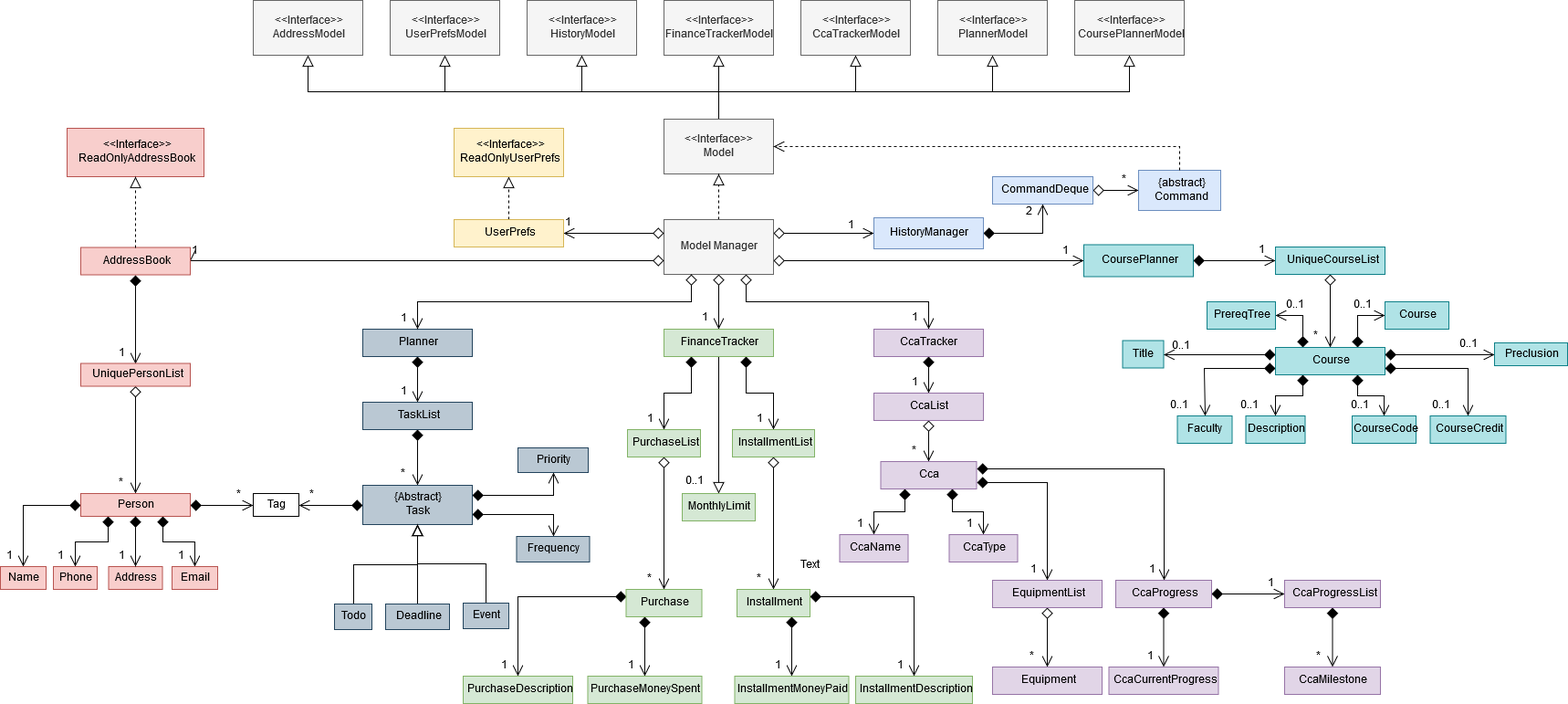
Before: docs/images/ModelDiagram.png, a diagram exported from draw.io (nus-cs2103-AY1920S1/addressbook-level3). Source tidied: cells renumbered, new cells last; positions are measured from the earlier drawing's top-left corner, leaving out a move shared by most shapes.
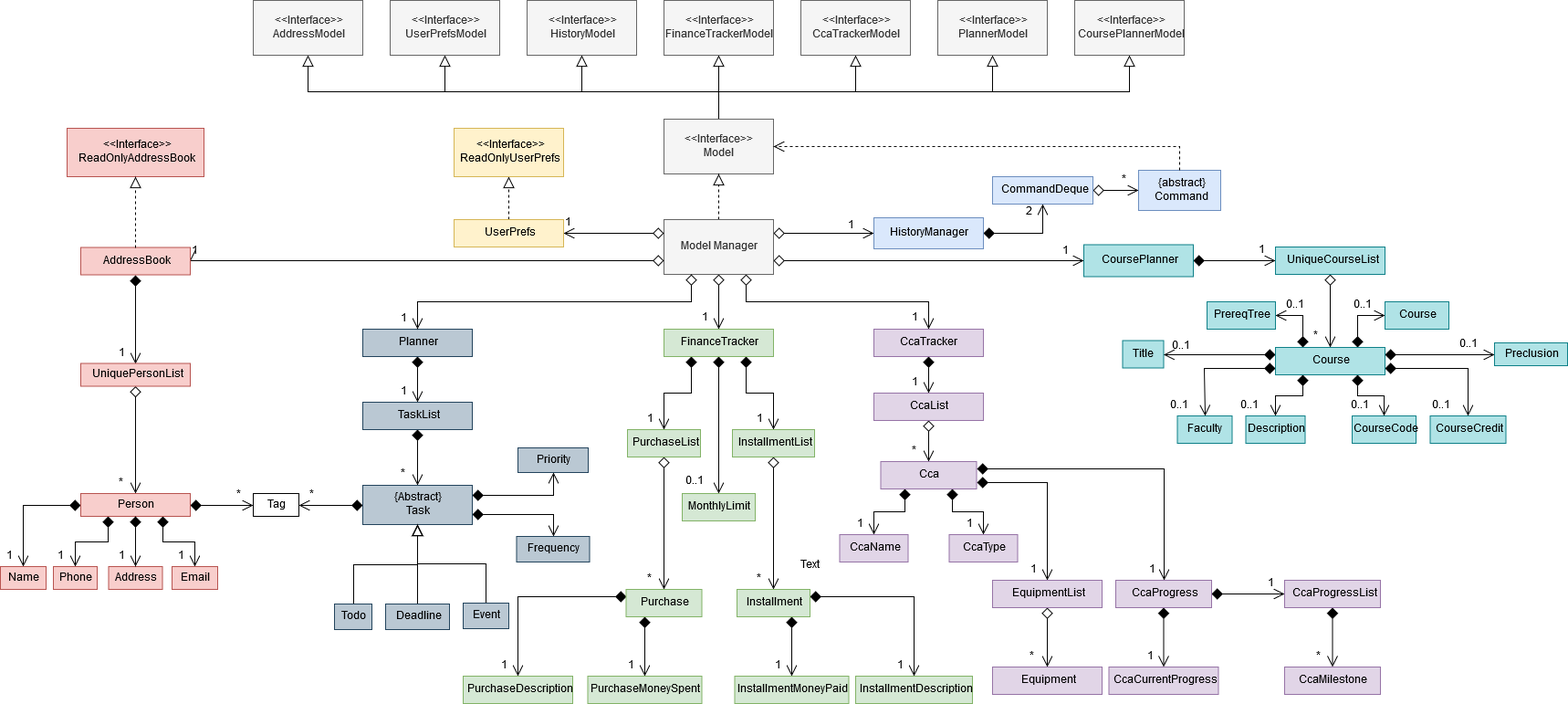
After the commit.

Commit message:
Fix Model Diagram

What changed in the source:
```diff
@@ -249,7 +249,7 @@
     <mxCell id="71" style="edgeStyle=orthogonalEdgeStyle;rounded=0;jettySize=auto;html=1;startArrow=diamond;startFill=1;startSize=10;endArrow=open;endFill=0;endSize=10;strokeWidth=1;entryX=0.5;entryY=0;entryDx=0;entryDy=0;exitX=0.75;exitY=1;exitDx=0;exitDy=0;" parent="1" edge="1" source="73" target="116">
       <mxGeometry relative="1" as="geometry" />
     </mxCell>
-    <mxCell id="72" style="edgeStyle=orthogonalEdgeStyle;rounded=0;jettySize=auto;html=1;startArrow=none;startFill=0;startSize=10;endArrow=block;endFill=0;endSize=10;" parent="1" edge="1" source="73" target="74">
+    <mxCell id="72" style="edgeStyle=orthogonalEdgeStyle;rounded=0;jettySize=auto;html=1;startArrow=diamond;startFill=1;startSize=10;endArrow=open;endFill=0;endSize=10;" parent="1" edge="1" source="73" target="74">
       <mxGeometry relative="1" as="geometry" />
     </mxCell>
     <mxCell id="73" value="FinanceTracker" style="rounded=0;whiteSpace=wrap;html=1;fillColor=#d5e8d4;strokeColor=#82b366;" parent="1" vertex="1">
```
